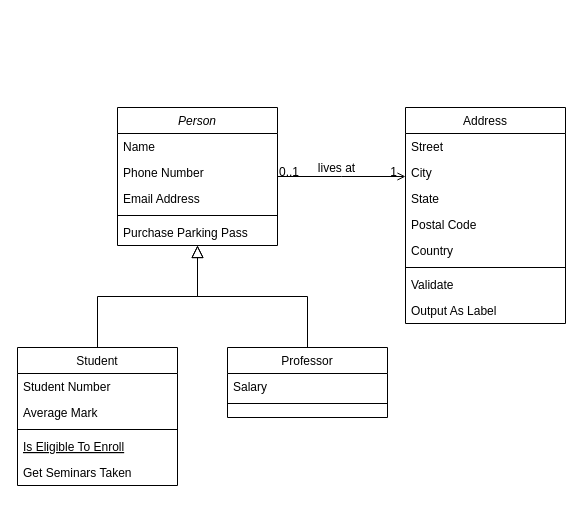
The draw.io diagram Untitled Diagram.drawio in PulpoI/iorio, before the edit. Source tidied: cells renumbered, new cells numbered last; positions are measured from the earlier drawing's top-left corner, leaving out a move shared by most shapes. Both pictures are drawn from the tidied source at 100%, with x=0, y=0 at pixel (17, 107).
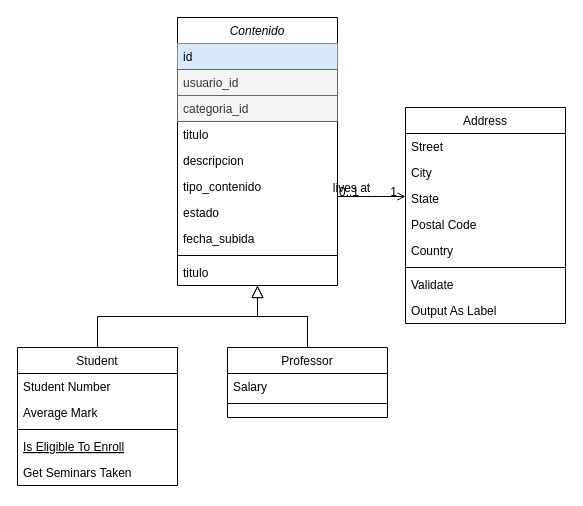
The same page after the edit.

Change to the diagram source:
```diff
@@
-    <mxCell id="2" value="Person" style="swimlane;fontStyle=2;align=center;verticalAlign=top;horizontal=1;startSize=26;rounded=0;shadow=0;strokeWidth=1;" parent="1" vertex="1">
-      <mxGeometry x="100" width="160" height="138" as="geometry" />
+    <mxCell id="2" value="Contenido" style="swimlane;fontStyle=2;align=center;verticalAlign=top;horizontal=1;startSize=26;rounded=0;shadow=0;strokeWidth=1;" parent="1" vertex="1">
+      <mxGeometry x="160" y="-90" width="160" height="268" as="geometry" />
     </mxCell>
-    <mxCell id="3" value="Name" style="text;align=left;verticalAlign=top;spacingLeft=4;spacingRight=4;overflow=hidden;" parent="2" vertex="1">
+    <mxCell id="3" value="id" style="text;align=left;verticalAlign=top;spacingLeft=4;spacingRight=4;overflow=hidden;fillColor=#dae8fc;strokeColor=#6c8ebf;" parent="2" vertex="1">
       <mxGeometry y="26" width="160" height="26" as="geometry" />
     </mxCell>
-    <mxCell id="4" value="Phone Number" style="text;align=left;verticalAlign=top;spacingLeft=4;spacingRight=4;overflow=hidden;rounded=0;shadow=0;html=0;" parent="2" vertex="1">
+    <mxCell id="4" value="usuario_id" style="text;align=left;verticalAlign=top;spacingLeft=4;spacingRight=4;overflow=hidden;rounded=0;shadow=0;html=0;fillColor=#f5f5f5;fontColor=#333333;strokeColor=#666666;" parent="2" vertex="1">
       <mxGeometry y="52" width="160" height="26" as="geometry" />
     </mxCell>
+    <mxCell id="32" value="categoria_id   " style="text;align=left;verticalAlign=top;spacingLeft=4;spacingRight=4;overflow=hidden;rounded=0;shadow=0;html=0;fillColor=#f5f5f5;fontColor=#333333;strokeColor=#666666;" parent="2" vertex="1">
+      <mxGeometry y="78" width="160" height="26" as="geometry" />
+    </mxCell>
+    <mxCell id="33" value="titulo" style="text;align=left;verticalAlign=top;spacingLeft=4;spacingRight=4;overflow=hidden;rounded=0;shadow=0;html=0;" parent="2" vertex="1">
+      <mxGeometry y="104" width="160" height="26" as="geometry" />
+    </mxCell>
+    <mxCell id="34" value="descripcion" style="text;align=left;verticalAlign=top;spacingLeft=4;spacingRight=4;overflow=hidden;rounded=0;shadow=0;html=0;" parent="2" vertex="1">
+      <mxGeometry y="130" width="160" height="26" as="geometry" />
+    </mxCell>
+    <mxCell id="35" value="tipo_contenido" style="text;align=left;verticalAlign=top;spacingLeft=4;spacingRight=4;overflow=hidden;rounded=0;shadow=0;html=0;" parent="2" vertex="1">
+      <mxGeometry y="156" width="160" height="26" as="geometry" />
+    </mxCell>
+    <mxCell id="36" value="estado" style="text;align=left;verticalAlign=top;spacingLeft=4;spacingRight=4;overflow=hidden;rounded=0;shadow=0;html=0;" parent="2" vertex="1">
+      <mxGeometry y="182" width="160" height="26" as="geometry" />
+    </mxCell>
-    <mxCell id="5" value="Email Address" style="text;align=left;verticalAlign=top;spacingLeft=4;spacingRight=4;overflow=hidden;rounded=0;shadow=0;html=0;" parent="2" vertex="1">
-      <mxGeometry y="78" width="160" height="26" as="geometry" />
+    <mxCell id="5" value="fecha_subida" style="text;align=left;verticalAlign=top;spacingLeft=4;spacingRight=4;overflow=hidden;rounded=0;shadow=0;html=0;" parent="2" vertex="1">
+      <mxGeometry y="208" width="160" height="26" as="geometry" />
     </mxCell>
     <mxCell id="6" style="line;html=1;strokeWidth=1;align=left;verticalAlign=middle;spacingTop=-1;spacingLeft=3;spacingRight=3;labelPosition=right;" parent="2" vertex="1">
-      <mxGeometry y="104" width="160" height="8" as="geometry" />
+      <mxGeometry y="234" width="160" height="8" as="geometry" />
     </mxCell>
-    <mxCell id="7" value="Purchase Parking Pass" style="text;align=left;verticalAlign=top;spacingLeft=4;spacingRight=4;overflow=hidden;" parent="2" vertex="1">
-      <mxGeometry y="112" width="160" height="26" as="geometry" />
+    <mxCell id="7" value="titulo" style="text;align=left;verticalAlign=top;spacingLeft=4;spacingRight=4;overflow=hidden;" parent="2" vertex="1">
+      <mxGeometry y="242" width="160" height="26" as="geometry" />
     </mxCell>
```
